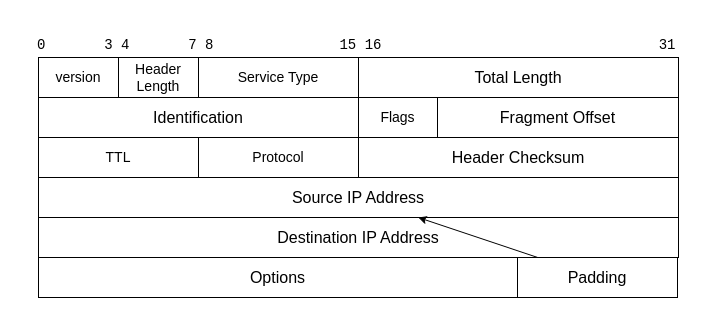
whowin/whowin.github.io keeps this draw.io diagram as post/blog/linux/0010-checksum_of_ip_header.drawio. Above is the earlier version. Source tidied: cells renumbered, new cells numbered last; positions are measured from the earlier drawing's top-left corner, leaving out a move shared by most shapes. Both pictures are drawn from the tidied source at 100%, with x=0, y=0 at pixel (17, 17).
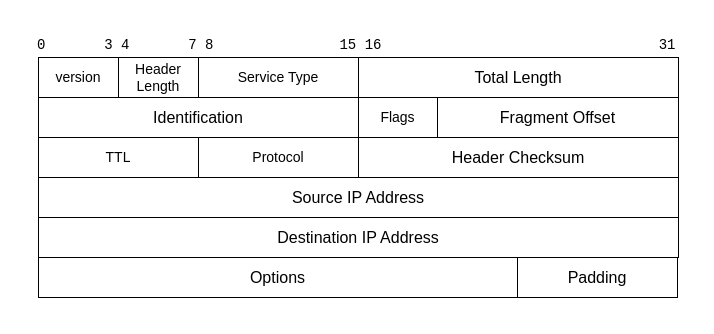
Above is the later version.

Change to the diagram source:
```diff
@@
 <mxGraphModel>
   <root>
     <mxCell id="0" />
     <mxCell id="1" parent="0" />
     <mxCell id="2" style="rounded=0;whiteSpace=wrap;html=1;fontFamily=Helvetica;fontSize=14;strokeColor=none;fillColor=#FFFFFF;" parent="1" vertex="1">
       <mxGeometry width="680" height="300" as="geometry" />
     </mxCell>
     <mxCell id="3" value="&lt;font style=&quot;font-size: 14px&quot;&gt;version&lt;/font&gt;" style="rounded=0;whiteSpace=wrap;html=1;fillColor=#FFFFFF;strokeColor=#000000;fontColor=#000000;" parent="1" vertex="1">
       <mxGeometry x="21" y="40" width="80" height="40" as="geometry" />
     </mxCell>
     <mxCell id="4" value="&lt;font style=&quot;font-size: 14px&quot;&gt;Header Length&lt;/font&gt;" style="rounded=0;whiteSpace=wrap;html=1;fillColor=#FFFFFF;strokeColor=#000000;fontColor=#000000;" parent="1" vertex="1">
       <mxGeometry x="101" y="40" width="80" height="40" as="geometry" />
     </mxCell>
     <mxCell id="5" value="&lt;font style=&quot;font-size: 14px&quot;&gt;Service Type&lt;/font&gt;" style="rounded=0;whiteSpace=wrap;html=1;fillColor=#FFFFFF;strokeColor=#000000;fontColor=#000000;" parent="1" vertex="1">
       <mxGeometry x="181" y="40" width="160" height="40" as="geometry" />
     </mxCell>
     <mxCell id="6" value="&lt;font size=&quot;3&quot;&gt;Total Length&lt;/font&gt;" style="rounded=0;whiteSpace=wrap;html=1;fillColor=#FFFFFF;strokeColor=#000000;fontColor=#000000;" parent="1" vertex="1">
       <mxGeometry x="341" y="40" width="320" height="40" as="geometry" />
     </mxCell>
     <mxCell id="7" value="&lt;font style=&quot;font-size: 14px&quot; face=&quot;Courier New&quot; color=&quot;#000000&quot;&gt;0&amp;nbsp; &amp;nbsp; &amp;nbsp; &amp;nbsp;3 4&amp;nbsp; &amp;nbsp; &amp;nbsp; &amp;nbsp;7 8&amp;nbsp; &amp;nbsp; &amp;nbsp; &amp;nbsp; &amp;nbsp; &amp;nbsp; &amp;nbsp; &amp;nbsp;15 16&amp;nbsp; &amp;nbsp; &amp;nbsp; &amp;nbsp; &amp;nbsp; &amp;nbsp; &amp;nbsp; &amp;nbsp; &amp;nbsp; &amp;nbsp; &amp;nbsp; &amp;nbsp; &amp;nbsp; &amp;nbsp; &amp;nbsp; &amp;nbsp; &amp;nbsp;31&lt;/font&gt;" style="text;html=1;align=left;verticalAlign=middle;strokeColor=none;fillColor=none;" parent="1" vertex="1">
       <mxGeometry x="18" y="18" width="650" height="20" as="geometry" />
     </mxCell>
     <mxCell id="8" value="&lt;font size=&quot;3&quot;&gt;Identification&lt;/font&gt;" style="rounded=0;whiteSpace=wrap;html=1;fillColor=#FFFFFF;strokeColor=#000000;fontColor=#000000;" parent="1" vertex="1">
       <mxGeometry x="21" y="80" width="320" height="40" as="geometry" />
     </mxCell>
     <mxCell id="9" value="&lt;font size=&quot;3&quot;&gt;Fragment Offset&lt;/font&gt;" style="rounded=0;whiteSpace=wrap;html=1;fillColor=#FFFFFF;strokeColor=#000000;fontColor=#000000;" parent="1" vertex="1">
       <mxGeometry x="420" y="80" width="241" height="40" as="geometry" />
     </mxCell>
     <mxCell id="10" value="&lt;font style=&quot;font-size: 14px&quot;&gt;TTL&lt;/font&gt;" style="rounded=0;whiteSpace=wrap;html=1;fillColor=#FFFFFF;strokeColor=#000000;fontColor=#000000;" parent="1" vertex="1">
       <mxGeometry x="21" y="120" width="160" height="40" as="geometry" />
     </mxCell>
     <mxCell id="11" value="&lt;font style=&quot;font-size: 14px&quot;&gt;Protocol&lt;/font&gt;" style="rounded=0;whiteSpace=wrap;html=1;fillColor=#FFFFFF;strokeColor=#000000;fontColor=#000000;" parent="1" vertex="1">
       <mxGeometry x="181" y="120" width="160" height="40" as="geometry" />
     </mxCell>
     <mxCell id="12" value="&lt;font size=&quot;3&quot;&gt;Header Checksum&lt;/font&gt;" style="rounded=0;whiteSpace=wrap;html=1;fillColor=#FFFFFF;strokeColor=#000000;fontColor=#000000;" parent="1" vertex="1">
       <mxGeometry x="341" y="120" width="320" height="40" as="geometry" />
     </mxCell>
     <mxCell id="13" value="&lt;font size=&quot;3&quot;&gt;Source IP Address&lt;/font&gt;" style="rounded=0;whiteSpace=wrap;html=1;fillColor=#FFFFFF;strokeColor=#000000;fontColor=#000000;" parent="1" vertex="1">
       <mxGeometry x="21" y="160" width="640" height="40" as="geometry" />
     </mxCell>
     <mxCell id="14" value="&lt;font size=&quot;3&quot;&gt;Destination IP Address&lt;/font&gt;" style="rounded=0;whiteSpace=wrap;html=1;fillColor=#FFFFFF;strokeColor=#000000;fontColor=#000000;" parent="1" vertex="1">
       <mxGeometry x="21" y="200" width="640" height="40" as="geometry" />
     </mxCell>
     <mxCell id="15" value="&lt;font size=&quot;3&quot;&gt;Options&lt;/font&gt;" style="rounded=0;whiteSpace=wrap;html=1;fillColor=#FFFFFF;strokeColor=#000000;fontColor=#000000;" parent="1" vertex="1">
       <mxGeometry x="21" y="240" width="479" height="40" as="geometry" />
     </mxCell>
     <mxCell id="16" value="&lt;font style=&quot;font-size: 14px&quot;&gt;Flags&lt;/font&gt;" style="rounded=0;whiteSpace=wrap;html=1;fillColor=#FFFFFF;strokeColor=#000000;fontColor=#000000;" parent="1" vertex="1">
       <mxGeometry x="341" y="80" width="79" height="40" as="geometry" />
     </mxCell>
-    <mxCell id="17" style="edgeStyle=none;html=1;" parent="1" edge="1" source="18" target="13">
-      <mxGeometry relative="1" as="geometry" />
-    </mxCell>
     <mxCell id="18" value="&lt;font size=&quot;3&quot;&gt;Padding&lt;/font&gt;" style="rounded=0;whiteSpace=wrap;html=1;fillColor=#FFFFFF;strokeColor=#000000;fontColor=#000000;" parent="1" vertex="1">
       <mxGeometry x="500" y="240" width="160" height="40" as="geometry" />
     </mxCell>
   </root>
 </mxGraphModel>
```
